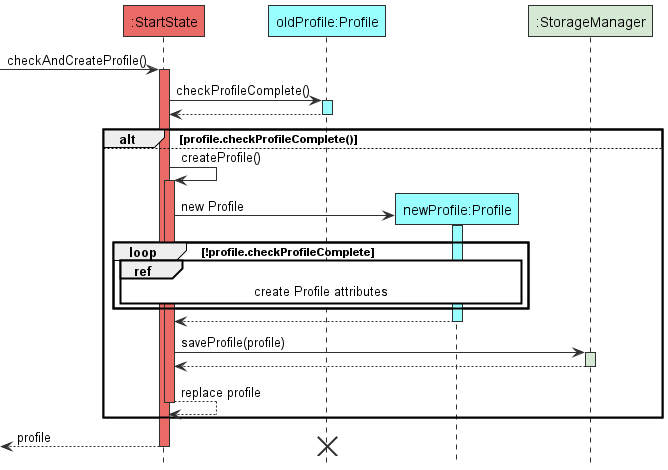
Above: docs/images/CreateProfile.png in tryyang2001/tp (PlantUML), before the change.
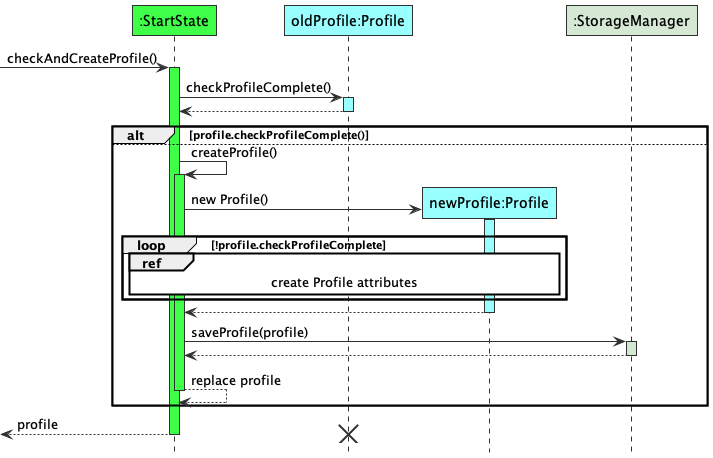
After the commit.

Commit message:
Change diagrams colour

What changed in the source:
```diff
@@ -1,17 +1,17 @@
 @startuml
 hide footbox
 !include Style.puml
-participant ":StartState" As StartState MAIN_COLOUR
--> StartState ++ MAIN_COLOUR: checkAndCreateProfile()
+participant ":StartState" As StartState STATE_COLOUR
+-> StartState ++ STATE_COLOUR: checkAndCreateProfile()
 participant "oldProfile:Profile" as oldProfile DATA_COLOUR
 StartState -> oldProfile ++ DATA_COLOUR :checkProfileComplete()
 oldProfile --> StartState --
 alt profile.checkProfileComplete()
 else
-StartState -> StartState ++ MAIN_COLOUR: createProfile()
+StartState -> StartState ++ STATE_COLOUR: createProfile()
 participant "newProfile:Profile" as newProfile DATA_COLOUR
 create newProfile
-StartState ->newProfile ++ DATA_COLOUR : new Profile
+StartState ->newProfile ++ DATA_COLOUR : new Profile()
 loop !profile.checkProfileComplete
 ref over StartState,newProfile
 create Profile attributes
```
